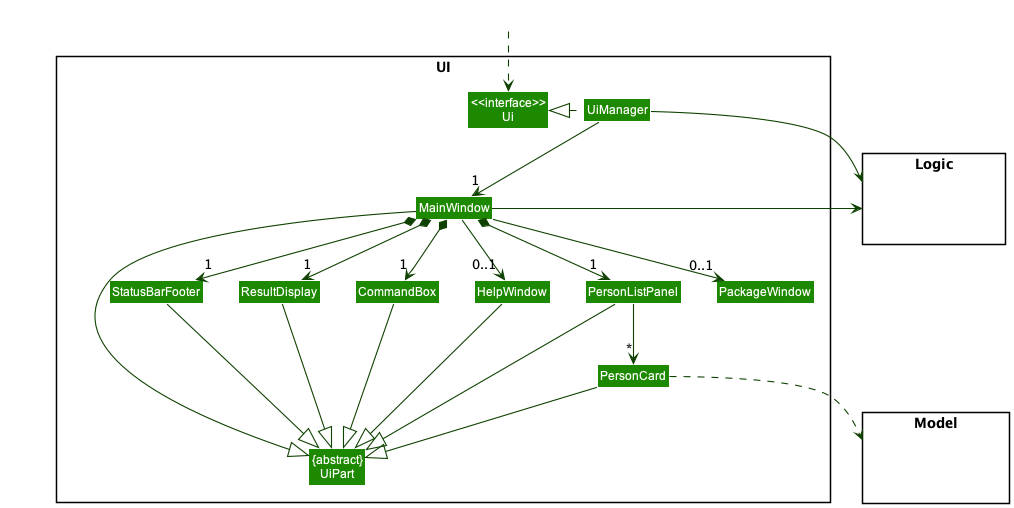
nus-cs2103-AY2122S2/tp keeps this PlantUML diagram as docs/images/UiClassDiagram.png. Above is the earlier version.
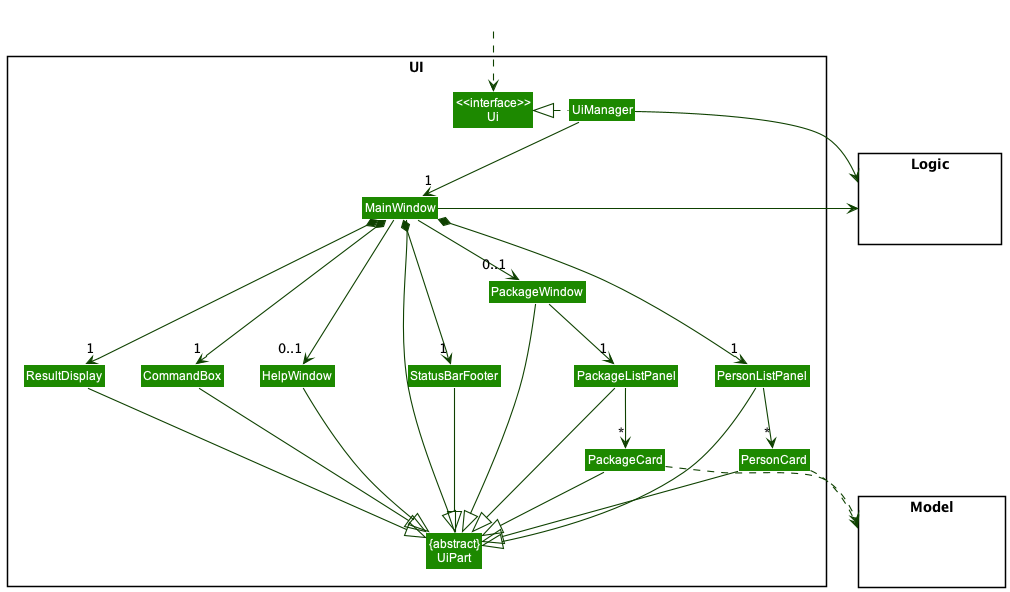
The same file after the commit.

Commit message:
Update dg class diagram for ui

Diff of the diagram source:
```diff
@@ -11,6 +11,8 @@
 Class MainWindow
 Class HelpWindow
 Class PackageWindow
+Class PackageListPanel
+Class PackageCard
 Class ResultDisplay
 Class PersonListPanel
 Class PersonCard
@@ -39,6 +41,8 @@
 MainWindow --> "0..1" HelpWindow
 
 PersonListPanel -down-> "*" PersonCard
+PackageWindow -down-> "1" PackageListPanel
+PackageListPanel -down-> "*" PackageCard
 
 MainWindow -left-|> UiPart
 
@@ -48,8 +52,12 @@
 PersonCard --|> UiPart
 StatusBarFooter --|> UiPart
 HelpWindow --|> UiPart
+PackageWindow --|> UiPart
+PackageListPanel --|> UiPart
+PackageCard --|> UiPart
 
 PersonCard ..> Model
+PackageCard ..> Model
 UiManager -right-> Logic
 MainWindow -left-> Logic
 
```
